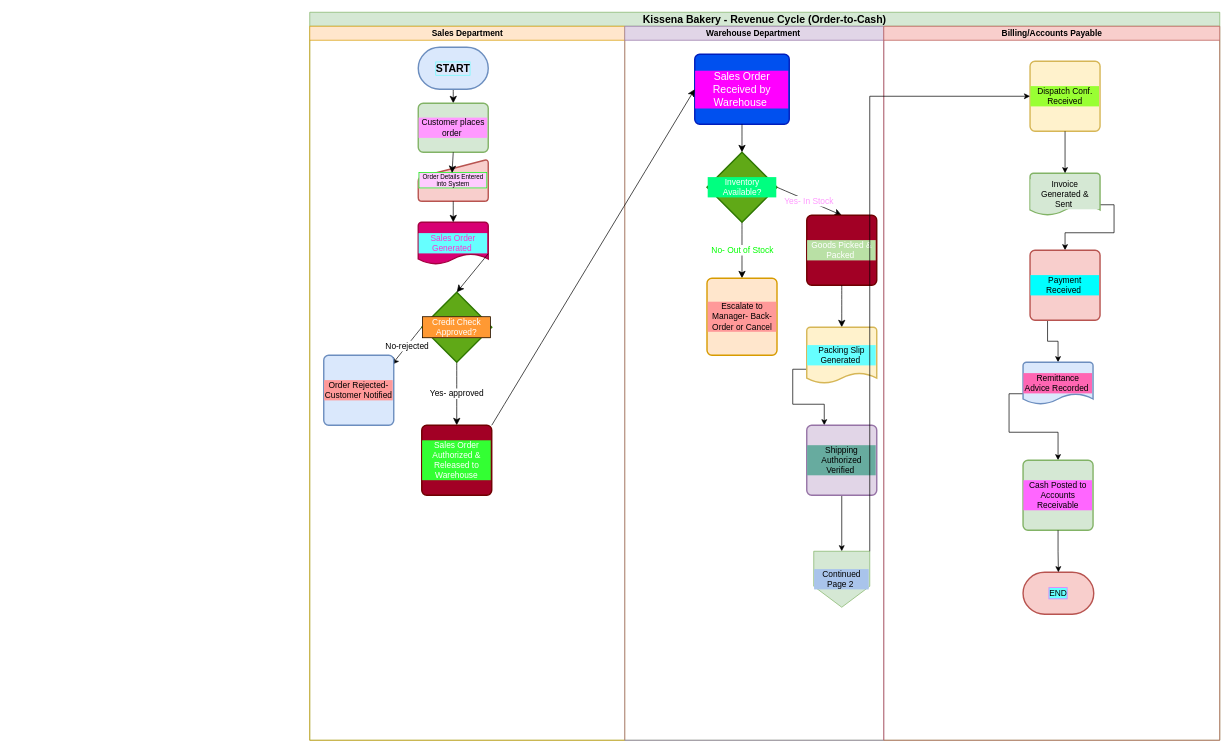
jacksharon/drawio keeps this draw.io diagram as page "Page-1" (1 of 2) of Revenue_Cycle_Controls.drawio. Above is the earlier version. Source tidied: cells renumbered, new cells numbered last; positions are measured from the earlier drawing's top-left corner, leaving out a move shared by most shapes. Both pictures are drawn from the tidied source at 70%, with x=0, y=0 at pixel (309, 12).
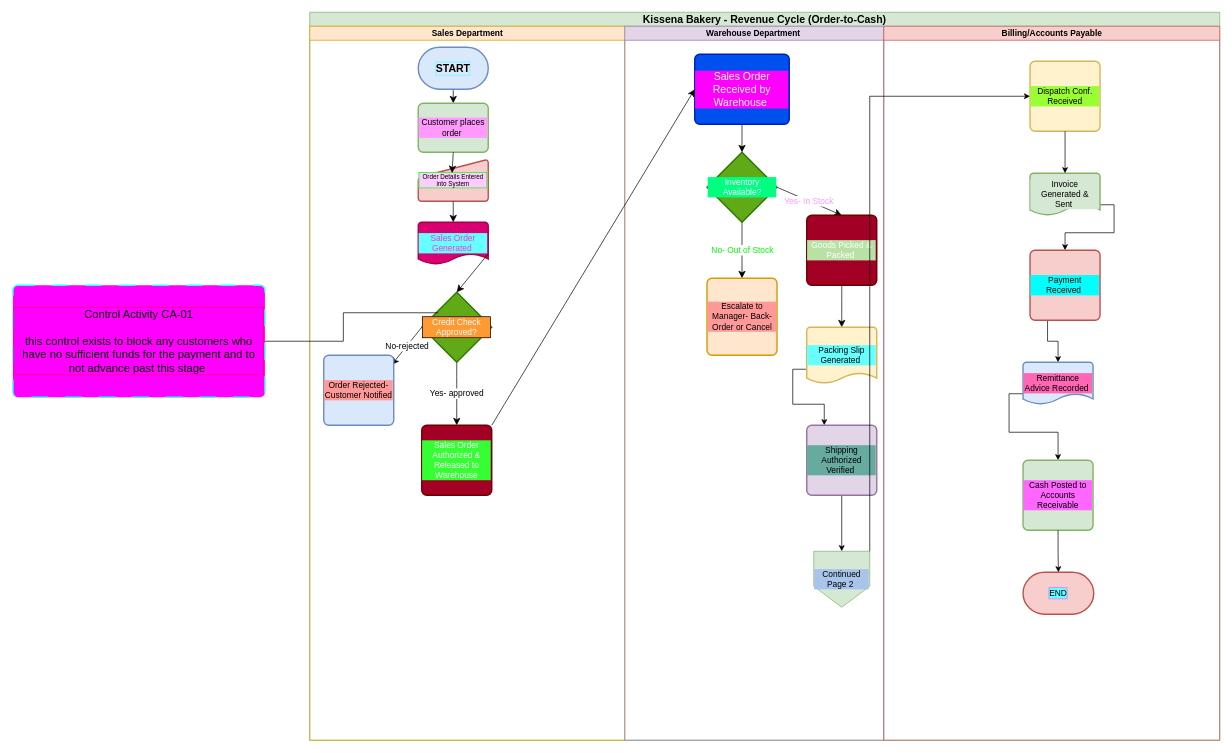
After the change.

Unchanged cells that the change refers to:
```xml
<mxCell id="13" value="Credit Check Approved?" style="strokeWidth=2;html=1;shape=mxgraph.flowchart.decision;whiteSpace=wrap;labelBackgroundColor=#FF9933;textShadow=0;labelBorderColor=default;fillColor=#60a917;fontColor=#ffffff;strokeColor=#2D7600;" parent="3" vertex="1">
  <mxGeometry x="160" y="380" width="100" height="100" as="geometry" />
</mxCell>
```

Diff of the diagram source:
```diff
@@
+    <mxCell id="45" value="Control Activity CA-01&lt;div&gt;&lt;br&gt;&lt;/div&gt;&lt;div&gt;this control exists to block any customers who have no sufficient funds for the payment and to not advance past this stage&amp;nbsp;&lt;/div&gt;" style="rounded=1;whiteSpace=wrap;html=1;absoluteArcSize=1;arcSize=14;strokeWidth=2;rotation=0;fillColor=#FF00FF;strokeColor=#33FFFF;fontSize=16;dashed=1;dashPattern=12 12;labelBorderColor=#FF0080;" parent="1" vertex="1">
+      <mxGeometry x="-424" y="390" width="360" height="160" as="geometry" />
+    </mxCell>
+    <mxCell id="46" style="edgeStyle=orthogonalEdgeStyle;rounded=0;jettySize=auto;html=1;exitX=1;exitY=0.5;exitDx=0;exitDy=0;entryX=0.233;entryY=0.293;entryDx=0;entryDy=0;entryPerimeter=0;endArrow=none;endFill=0;" parent="1" edge="1" source="45" target="13">
+      <mxGeometry relative="1" as="geometry" />
+    </mxCell>
```
